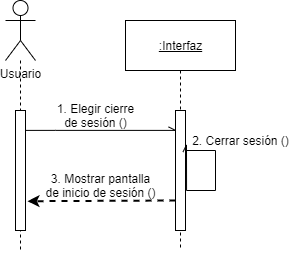
Before: img/C1.4_DiagramadeSecuencia_CerrarSesión.png, a diagram exported from draw.io (BanuelosMendezJordi/Analisis_Avanzado_17212330). Source tidied: cells renumbered, new cells last; positions are measured from the earlier drawing's top-left corner, leaving out a move shared by most shapes. The source it was exported from:
```xml
<mxGraphModel>
  <root>
    <mxCell id="0" />
    <mxCell id="1" parent="0" />
    <mxCell id="2" style="edgeStyle=orthogonalEdgeStyle;rounded=0;jettySize=auto;html=1;exitX=0.5;exitY=1;exitDx=0;exitDy=0;dashed=1;endArrow=none;endFill=0;" parent="1" edge="1" source="9">
      <mxGeometry relative="1" as="geometry">
        <mxPoint x="175" y="250" as="targetPoint" />
      </mxGeometry>
    </mxCell>
    <mxCell id="3" style="edgeStyle=orthogonalEdgeStyle;rounded=0;jettySize=auto;html=1;dashed=1;endArrow=none;endFill=0;" parent="1" edge="1" source="6">
      <mxGeometry relative="1" as="geometry">
        <mxPoint x="15" y="250" as="targetPoint" />
      </mxGeometry>
    </mxCell>
    <mxCell id="4" style="edgeStyle=orthogonalEdgeStyle;rounded=0;orthogonalLoop=1;jettySize=auto;html=1;entryX=0;entryY=0.19;entryDx=0;entryDy=0;entryPerimeter=0;endArrow=openAsync;endFill=0;" parent="1" edge="1">
      <mxGeometry relative="1" as="geometry">
        <mxPoint x="20" y="129.9" as="sourcePoint" />
        <mxPoint x="170" y="129.9" as="targetPoint" />
        <Array as="points">
          <mxPoint x="50" y="129" />
        </Array>
      </mxGeometry>
    </mxCell>
    <mxCell id="5" style="html=1;perimeter=orthogonalPerimeter;" parent="1" vertex="1">
      <mxGeometry x="10" y="110" width="10" height="120" as="geometry" />
    </mxCell>
    <mxCell id="6" value="Usuario" style="shape=umlActor;verticalLabelPosition=bottom;verticalAlign=top;html=1;" parent="1" vertex="1">
      <mxGeometry width="30" height="60" as="geometry" />
    </mxCell>
    <mxCell id="7" style="html=1;points=[];perimeter=orthogonalPerimeter;" parent="1" vertex="1">
      <mxGeometry x="170" y="110" width="10" height="120" as="geometry" />
    </mxCell>
    <mxCell id="8" value="1. Elegir cierre&lt;br&gt;de sesión ()" style="text;html=1;align=center;verticalAlign=middle;" parent="1" vertex="1">
      <mxGeometry x="45" y="100" width="90" height="30" as="geometry" />
    </mxCell>
    <mxCell id="9" value="&lt;u&gt;:Interfaz&lt;/u&gt;" style="html=1;" parent="1" vertex="1">
      <mxGeometry x="120" y="20" width="110" height="50" as="geometry" />
    </mxCell>
    <mxCell id="10" style="edgeStyle=orthogonalEdgeStyle;rounded=0;orthogonalLoop=1;jettySize=auto;html=1;dashed=1;endArrow=classic;endFill=1;strokeWidth=2;exitX=-0.033;exitY=0.761;exitDx=0;exitDy=0;exitPerimeter=0;entryX=1.167;entryY=0.758;entryDx=0;entryDy=0;entryPerimeter=0;" parent="1" edge="1">
      <mxGeometry relative="1" as="geometry">
        <mxPoint x="170" y="200" as="sourcePoint" />
        <mxPoint x="22" y="200.7" as="targetPoint" />
        <Array as="points">
          <mxPoint x="22.3" y="199.6" />
        </Array>
      </mxGeometry>
    </mxCell>
    <mxCell id="11" value="3. Mostrar pantalla&lt;br&gt;de inicio de sesión ()" style="text;html=1;align=center;verticalAlign=middle;" parent="1" vertex="1">
      <mxGeometry x="30" y="170" width="130" height="30" as="geometry" />
    </mxCell>
    <mxCell id="12" style="edgeStyle=orthogonalEdgeStyle;rounded=0;jettySize=auto;html=1;entryX=1.1;entryY=0.287;entryDx=0;entryDy=0;entryPerimeter=0;endArrow=openAsync;endFill=0;" parent="1" edge="1" target="7">
      <mxGeometry relative="1" as="geometry">
        <mxPoint x="180" y="150" as="sourcePoint" />
        <Array as="points">
          <mxPoint x="210" y="150" />
          <mxPoint x="210" y="190" />
        </Array>
      </mxGeometry>
    </mxCell>
    <mxCell id="13" value="2. Cerrar sesión ()" style="text;html=1;align=center;verticalAlign=middle;" parent="1" vertex="1">
      <mxGeometry x="180" y="130" width="110" height="20" as="geometry" />
    </mxCell>
  </root>
</mxGraphModel>
```
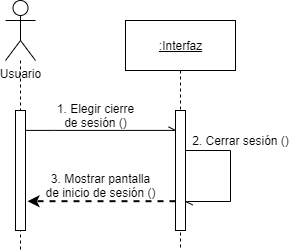
Above is the later version.

What changed in the source:
```diff
@@ -27,6 +27,15 @@
     <mxCell id="6" value="Usuario" style="shape=umlActor;verticalLabelPosition=bottom;verticalAlign=top;html=1;" parent="1" vertex="1">
       <mxGeometry width="30" height="60" as="geometry" />
     </mxCell>
+    <mxCell id="14" style="edgeStyle=orthogonalEdgeStyle;rounded=0;orthogonalLoop=1;jettySize=auto;html=1;entryX=0.998;entryY=0.759;entryDx=0;entryDy=0;entryPerimeter=0;endArrow=openAsync;endFill=0;" parent="1" edge="1" source="7" target="7">
+      <mxGeometry relative="1" as="geometry">
+        <Array as="points">
+          <mxPoint x="225" y="150" />
+          <mxPoint x="225" y="201" />
+          <mxPoint x="182" y="201" />
+        </Array>
+      </mxGeometry>
+    </mxCell>
     <mxCell id="7" style="html=1;points=[];perimeter=orthogonalPerimeter;" parent="1" vertex="1">
       <mxGeometry x="170" y="110" width="10" height="120" as="geometry" />
     </mxCell>
@@ -48,15 +57,6 @@
     <mxCell id="11" value="3. Mostrar pantalla&lt;br&gt;de inicio de sesión ()" style="text;html=1;align=center;verticalAlign=middle;" parent="1" vertex="1">
       <mxGeometry x="30" y="170" width="130" height="30" as="geometry" />
     </mxCell>
-    <mxCell id="12" style="edgeStyle=orthogonalEdgeStyle;rounded=0;jettySize=auto;html=1;entryX=1.1;entryY=0.287;entryDx=0;entryDy=0;entryPerimeter=0;endArrow=openAsync;endFill=0;" parent="1" edge="1" target="7">
-      <mxGeometry relative="1" as="geometry">
-        <mxPoint x="180" y="150" as="sourcePoint" />
-        <Array as="points">
-          <mxPoint x="210" y="150" />
-          <mxPoint x="210" y="190" />
-        </Array>
-      </mxGeometry>
-    </mxCell>
     <mxCell id="13" value="2. Cerrar sesión ()" style="text;html=1;align=center;verticalAlign=middle;" parent="1" vertex="1">
       <mxGeometry x="180" y="130" width="110" height="20" as="geometry" />
     </mxCell>
```
